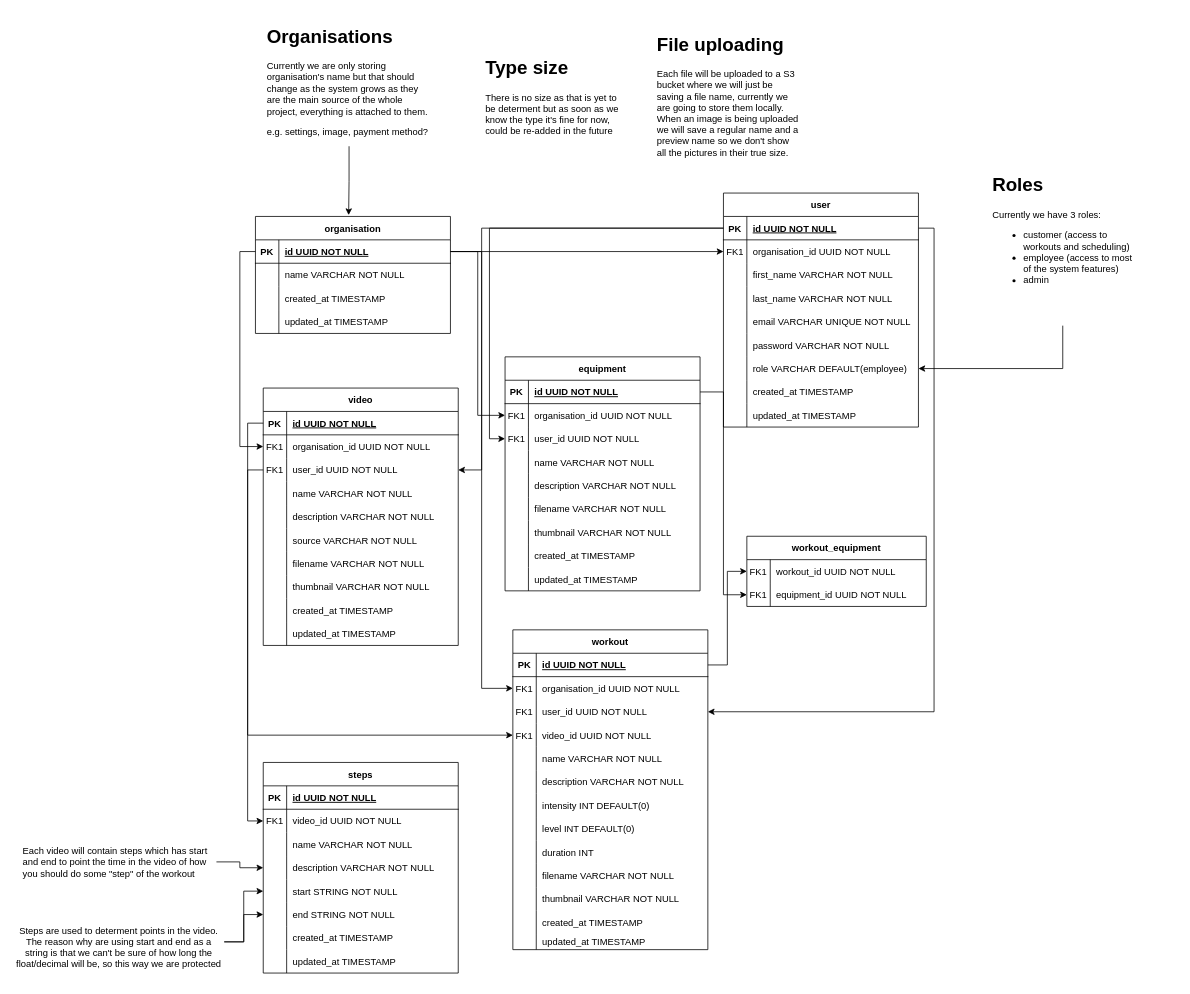
The draw.io diagram fitness-api.drawio in jstojiljkovic/fitness-api, before the edit. Source tidied: cells renumbered, new cells numbered last; positions are measured from the earlier drawing's top-left corner, leaving out a move shared by most shapes. Both pictures are drawn from the tidied source at 78%, with x=0, y=0 at pixel (13, 21).
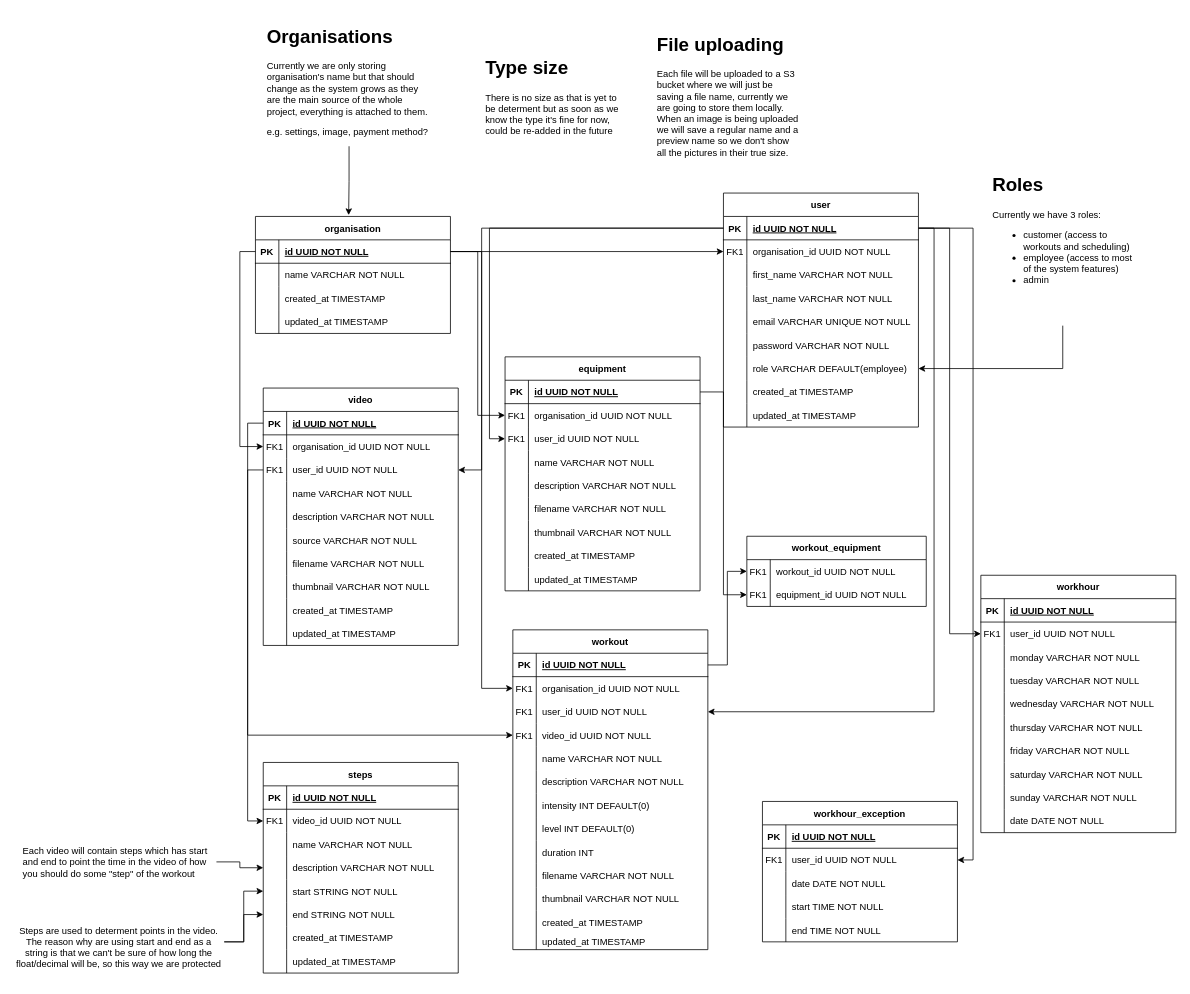
The same page after the edit.

Commit message:
Added Workhour to ERD

The change refers to these unchanged cells:
```xml
<mxCell id="3" style="shape=tableRow;horizontal=0;startSize=0;swimlaneHead=0;swimlaneBody=0;fillColor=none;points=[[0,0.5],[1,0.5]];portConstraint=eastwest;top=0;left=0;right=0;bottom=1;" parent="2" vertex="1">
  <mxGeometry y="30" width="250" height="30" as="geometry" />
</mxCell>
```

The edit, as a diff of the source:
```diff
@@
+    <mxCell id="196" value="workhour" style="shape=table;startSize=30;childLayout=tableLayout;rowLines=0;fontStyle=1;align=center;" parent="1" vertex="1">
+      <mxGeometry x="1240" y="710" width="250" height="330" as="geometry" />
+    </mxCell>
+    <mxCell id="197" style="shape=tableRow;horizontal=0;startSize=0;swimlaneHead=0;swimlaneBody=0;fillColor=none;top=0;left=0;right=0;bottom=1;" parent="196" vertex="1">
+      <mxGeometry y="30" width="250" height="30" as="geometry" />
+    </mxCell>
+    <mxCell id="198" value="PK" style="shape=partialRectangle;fillColor=none;top=0;left=0;bottom=0;right=0;fontStyle=1;overflow=hidden;" parent="197" vertex="1">
+      <mxGeometry width="30" height="30" as="geometry" />
+    </mxCell>
+    <mxCell id="199" value="id UUID NOT NULL" style="shape=partialRectangle;fillColor=none;top=0;left=0;bottom=0;right=0;align=left;spacingLeft=6;fontStyle=5;overflow=hidden;" parent="197" vertex="1">
+      <mxGeometry x="30" width="220" height="30" as="geometry" />
+    </mxCell>
+    <mxCell id="200" style="shape=tableRow;horizontal=0;startSize=0;swimlaneHead=0;swimlaneBody=0;fillColor=none;points=[[0,0.5],[1,0.5]];portConstraint=eastwest;top=0;left=0;right=0;bottom=0;" parent="196" vertex="1">
+      <mxGeometry y="60" width="250" height="30" as="geometry" />
+    </mxCell>
+    <mxCell id="201" value="FK1" style="shape=partialRectangle;fillColor=none;top=0;left=0;bottom=0;right=0;overflow=hidden;" parent="200" vertex="1">
+      <mxGeometry width="30" height="30" as="geometry" />
+    </mxCell>
+    <mxCell id="202" value="user_id UUID NOT NULL" style="shape=partialRectangle;fillColor=none;top=0;left=0;bottom=0;right=0;align=left;spacingLeft=6;overflow=hidden;" parent="200" vertex="1">
+      <mxGeometry x="30" width="220" height="30" as="geometry" />
+    </mxCell>
+    <mxCell id="203" style="shape=tableRow;horizontal=0;startSize=0;swimlaneHead=0;swimlaneBody=0;fillColor=none;top=0;left=0;right=0;bottom=0;" parent="196" vertex="1">
+      <mxGeometry y="90" width="250" height="30" as="geometry" />
+    </mxCell>
+    <mxCell id="204" style="shape=partialRectangle;fillColor=none;top=0;left=0;bottom=0;right=0;overflow=hidden;" parent="203" vertex="1">
+      <mxGeometry width="30" height="30" as="geometry" />
+    </mxCell>
+    <mxCell id="205" value="monday VARCHAR NOT NULL" style="shape=partialRectangle;fillColor=none;top=0;left=0;bottom=0;right=0;align=left;spacingLeft=6;overflow=hidden;" parent="203" vertex="1">
+      <mxGeometry x="30" width="220" height="30" as="geometry" />
+    </mxCell>
+    <mxCell id="206" style="shape=tableRow;horizontal=0;startSize=0;swimlaneHead=0;swimlaneBody=0;fillColor=none;top=0;left=0;right=0;bottom=0;" parent="196" vertex="1">
+      <mxGeometry y="120" width="250" height="30" as="geometry" />
+    </mxCell>
+    <mxCell id="207" style="shape=partialRectangle;fillColor=none;top=0;left=0;bottom=0;right=0;overflow=hidden;" parent="206" vertex="1">
+      <mxGeometry width="30" height="30" as="geometry" />
+    </mxCell>
+    <mxCell id="208" value="tuesday VARCHAR NOT NULL" style="shape=partialRectangle;fillColor=none;top=0;left=0;bottom=0;right=0;align=left;spacingLeft=6;overflow=hidden;" parent="206" vertex="1">
+      <mxGeometry x="30" width="220" height="30" as="geometry" />
+    </mxCell>
+    <mxCell id="209" style="shape=tableRow;horizontal=0;startSize=0;swimlaneHead=0;swimlaneBody=0;fillColor=none;top=0;left=0;right=0;bottom=0;" parent="196" vertex="1">
+      <mxGeometry y="150" width="250" height="30" as="geometry" />
+    </mxCell>
+    <mxCell id="210" style="shape=partialRectangle;fillColor=none;top=0;left=0;bottom=0;right=0;overflow=hidden;" parent="209" vertex="1">
+      <mxGeometry width="30" height="30" as="geometry" />
+    </mxCell>
+    <mxCell id="211" value="wednesday VARCHAR NOT NULL" style="shape=partialRectangle;fillColor=none;top=0;left=0;bottom=0;right=0;align=left;spacingLeft=6;overflow=hidden;" parent="209" vertex="1">
+      <mxGeometry x="30" width="220" height="30" as="geometry" />
+    </mxCell>
+    <mxCell id="212" style="shape=tableRow;horizontal=0;startSize=0;swimlaneHead=0;swimlaneBody=0;fillColor=none;top=0;left=0;right=0;bottom=0;" parent="196" vertex="1">
+      <mxGeometry y="180" width="250" height="30" as="geometry" />
+    </mxCell>
+    <mxCell id="213" style="shape=partialRectangle;fillColor=none;top=0;left=0;bottom=0;right=0;overflow=hidden;" parent="212" vertex="1">
+      <mxGeometry width="30" height="30" as="geometry" />
+    </mxCell>
+    <mxCell id="214" value="thursday VARCHAR NOT NULL" style="shape=partialRectangle;fillColor=none;top=0;left=0;bottom=0;right=0;align=left;spacingLeft=6;overflow=hidden;" parent="212" vertex="1">
+      <mxGeometry x="30" width="220" height="30" as="geometry" />
+    </mxCell>
+    <mxCell id="215" style="shape=tableRow;horizontal=0;startSize=0;swimlaneHead=0;swimlaneBody=0;fillColor=none;top=0;left=0;right=0;bottom=0;" parent="196" vertex="1">
+      <mxGeometry y="210" width="250" height="30" as="geometry" />
+    </mxCell>
+    <mxCell id="216" style="shape=partialRectangle;fillColor=none;top=0;left=0;bottom=0;right=0;overflow=hidden;" parent="215" vertex="1">
+      <mxGeometry width="30" height="30" as="geometry" />
+    </mxCell>
+    <mxCell id="217" value="friday VARCHAR NOT NULL" style="shape=partialRectangle;fillColor=none;top=0;left=0;bottom=0;right=0;align=left;spacingLeft=6;overflow=hidden;" parent="215" vertex="1">
+      <mxGeometry x="30" width="220" height="30" as="geometry" />
+    </mxCell>
+    <mxCell id="218" style="shape=tableRow;horizontal=0;startSize=0;swimlaneHead=0;swimlaneBody=0;fillColor=none;top=0;left=0;right=0;bottom=0;" parent="196" vertex="1">
+      <mxGeometry y="240" width="250" height="30" as="geometry" />
+    </mxCell>
+    <mxCell id="219" style="shape=partialRectangle;fillColor=none;top=0;left=0;bottom=0;right=0;overflow=hidden;" parent="218" vertex="1">
+      <mxGeometry width="30" height="30" as="geometry" />
+    </mxCell>
+    <mxCell id="220" value="saturday VARCHAR NOT NULL" style="shape=partialRectangle;fillColor=none;top=0;left=0;bottom=0;right=0;align=left;spacingLeft=6;overflow=hidden;" parent="218" vertex="1">
+      <mxGeometry x="30" width="220" height="30" as="geometry" />
+    </mxCell>
+    <mxCell id="221" style="shape=tableRow;horizontal=0;startSize=0;swimlaneHead=0;swimlaneBody=0;fillColor=none;top=0;left=0;right=0;bottom=0;" parent="196" vertex="1">
+      <mxGeometry y="270" width="250" height="30" as="geometry" />
+    </mxCell>
+    <mxCell id="222" style="shape=partialRectangle;fillColor=none;top=0;left=0;bottom=0;right=0;overflow=hidden;" parent="221" vertex="1">
+      <mxGeometry width="30" height="30" as="geometry" />
+    </mxCell>
+    <mxCell id="223" value="sunday VARCHAR NOT NULL" style="shape=partialRectangle;fillColor=none;top=0;left=0;bottom=0;right=0;align=left;spacingLeft=6;overflow=hidden;" parent="221" vertex="1">
+      <mxGeometry x="30" width="220" height="30" as="geometry" />
+    </mxCell>
+    <mxCell id="224" style="shape=tableRow;horizontal=0;startSize=0;swimlaneHead=0;swimlaneBody=0;fillColor=none;top=0;left=0;right=0;bottom=0;" parent="196" vertex="1">
+      <mxGeometry y="300" width="250" height="30" as="geometry" />
+    </mxCell>
+    <mxCell id="225" style="shape=partialRectangle;fillColor=none;top=0;left=0;bottom=0;right=0;overflow=hidden;" parent="224" vertex="1">
+      <mxGeometry width="30" height="30" as="geometry" />
+    </mxCell>
+    <mxCell id="226" value="date DATE NOT NULL" style="shape=partialRectangle;fillColor=none;top=0;left=0;bottom=0;right=0;align=left;spacingLeft=6;overflow=hidden;" parent="224" vertex="1">
+      <mxGeometry x="30" width="220" height="30" as="geometry" />
+    </mxCell>
+    <mxCell id="227" style="edgeStyle=orthogonalEdgeStyle;rounded=0;jettySize=auto;html=1;exitX=1;exitY=0.5;exitDx=0;exitDy=0;entryX=0;entryY=0.5;entryDx=0;entryDy=0;" parent="1" edge="1" source="3" target="200">
+      <mxGeometry relative="1" as="geometry" />
+    </mxCell>
+    <mxCell id="228" value="workhour_exception" style="shape=table;startSize=30;childLayout=tableLayout;rowLines=0;fontStyle=1;align=center;" parent="1" vertex="1">
+      <mxGeometry x="960" y="1000" width="250" height="180" as="geometry" />
+    </mxCell>
+    <mxCell id="229" style="shape=tableRow;horizontal=0;startSize=0;swimlaneHead=0;swimlaneBody=0;fillColor=none;top=0;left=0;right=0;bottom=1;" parent="228" vertex="1">
+      <mxGeometry y="30" width="250" height="30" as="geometry" />
+    </mxCell>
+    <mxCell id="230" value="PK" style="shape=partialRectangle;fillColor=none;top=0;left=0;bottom=0;right=0;fontStyle=1;overflow=hidden;" parent="229" vertex="1">
+      <mxGeometry width="30" height="30" as="geometry" />
+    </mxCell>
+    <mxCell id="231" value="id UUID NOT NULL" style="shape=partialRectangle;fillColor=none;top=0;left=0;bottom=0;right=0;align=left;spacingLeft=6;fontStyle=5;overflow=hidden;" parent="229" vertex="1">
+      <mxGeometry x="30" width="220" height="30" as="geometry" />
+    </mxCell>
+    <mxCell id="232" style="shape=tableRow;horizontal=0;startSize=0;swimlaneHead=0;swimlaneBody=0;fillColor=none;points=[[0,0.5],[1,0.5]];portConstraint=eastwest;top=0;left=0;right=0;bottom=0;" parent="228" vertex="1">
+      <mxGeometry y="60" width="250" height="30" as="geometry" />
+    </mxCell>
+    <mxCell id="233" value="FK1" style="shape=partialRectangle;fillColor=none;top=0;left=0;bottom=0;right=0;overflow=hidden;" parent="232" vertex="1">
+      <mxGeometry width="30" height="30" as="geometry" />
+    </mxCell>
+    <mxCell id="234" value="user_id UUID NOT NULL" style="shape=partialRectangle;fillColor=none;top=0;left=0;bottom=0;right=0;align=left;spacingLeft=6;overflow=hidden;" parent="232" vertex="1">
+      <mxGeometry x="30" width="220" height="30" as="geometry" />
+    </mxCell>
+    <mxCell id="235" style="shape=tableRow;horizontal=0;startSize=0;swimlaneHead=0;swimlaneBody=0;fillColor=none;top=0;left=0;right=0;bottom=0;" parent="228" vertex="1">
+      <mxGeometry y="90" width="250" height="30" as="geometry" />
+    </mxCell>
+    <mxCell id="236" style="shape=partialRectangle;fillColor=none;top=0;left=0;bottom=0;right=0;overflow=hidden;" parent="235" vertex="1">
+      <mxGeometry width="30" height="30" as="geometry" />
+    </mxCell>
+    <mxCell id="237" value="date DATE NOT NULL" style="shape=partialRectangle;fillColor=none;top=0;left=0;bottom=0;right=0;align=left;spacingLeft=6;overflow=hidden;" parent="235" vertex="1">
+      <mxGeometry x="30" width="220" height="30" as="geometry" />
+    </mxCell>
+    <mxCell id="238" style="shape=tableRow;horizontal=0;startSize=0;swimlaneHead=0;swimlaneBody=0;fillColor=none;top=0;left=0;right=0;bottom=0;" parent="228" vertex="1">
+      <mxGeometry y="120" width="250" height="30" as="geometry" />
+    </mxCell>
+    <mxCell id="239" style="shape=partialRectangle;fillColor=none;top=0;left=0;bottom=0;right=0;overflow=hidden;" parent="238" vertex="1">
+      <mxGeometry width="30" height="30" as="geometry" />
+    </mxCell>
+    <mxCell id="240" value="start TIME NOT NULL" style="shape=partialRectangle;fillColor=none;top=0;left=0;bottom=0;right=0;align=left;spacingLeft=6;overflow=hidden;" parent="238" vertex="1">
+      <mxGeometry x="30" width="220" height="30" as="geometry" />
+    </mxCell>
+    <mxCell id="241" style="shape=tableRow;horizontal=0;startSize=0;swimlaneHead=0;swimlaneBody=0;fillColor=none;top=0;left=0;right=0;bottom=0;" parent="228" vertex="1">
+      <mxGeometry y="150" width="250" height="30" as="geometry" />
+    </mxCell>
+    <mxCell id="242" style="shape=partialRectangle;fillColor=none;top=0;left=0;bottom=0;right=0;overflow=hidden;" parent="241" vertex="1">
+      <mxGeometry width="30" height="30" as="geometry" />
+    </mxCell>
+    <mxCell id="243" value="end TIME NOT NULL" style="shape=partialRectangle;fillColor=none;top=0;left=0;bottom=0;right=0;align=left;spacingLeft=6;overflow=hidden;" parent="241" vertex="1">
+      <mxGeometry x="30" width="220" height="30" as="geometry" />
+    </mxCell>
+    <mxCell id="244" style="edgeStyle=orthogonalEdgeStyle;rounded=0;jettySize=auto;html=1;exitX=1;exitY=0.5;exitDx=0;exitDy=0;entryX=1;entryY=0.5;entryDx=0;entryDy=0;" parent="1" edge="1" source="3" target="232">
+      <mxGeometry relative="1" as="geometry" />
+    </mxCell>
```
